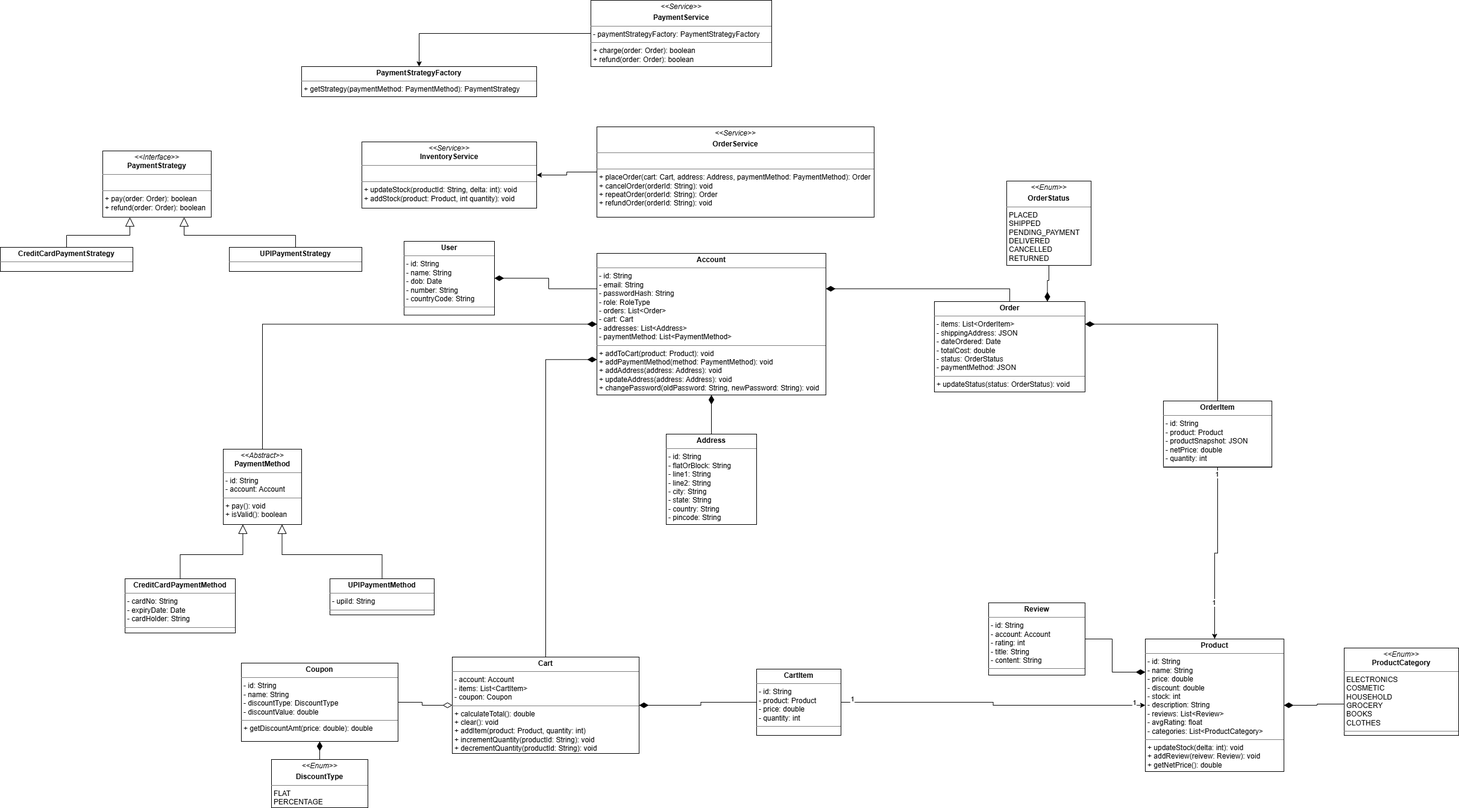
Before: uml/class-diagram.png, a diagram exported from draw.io (Prateik-Lohani-07/buystuff). Source tidied: cells renumbered, new cells last; positions are measured from the earlier drawing's top-left corner, leaving out a move shared by most shapes.
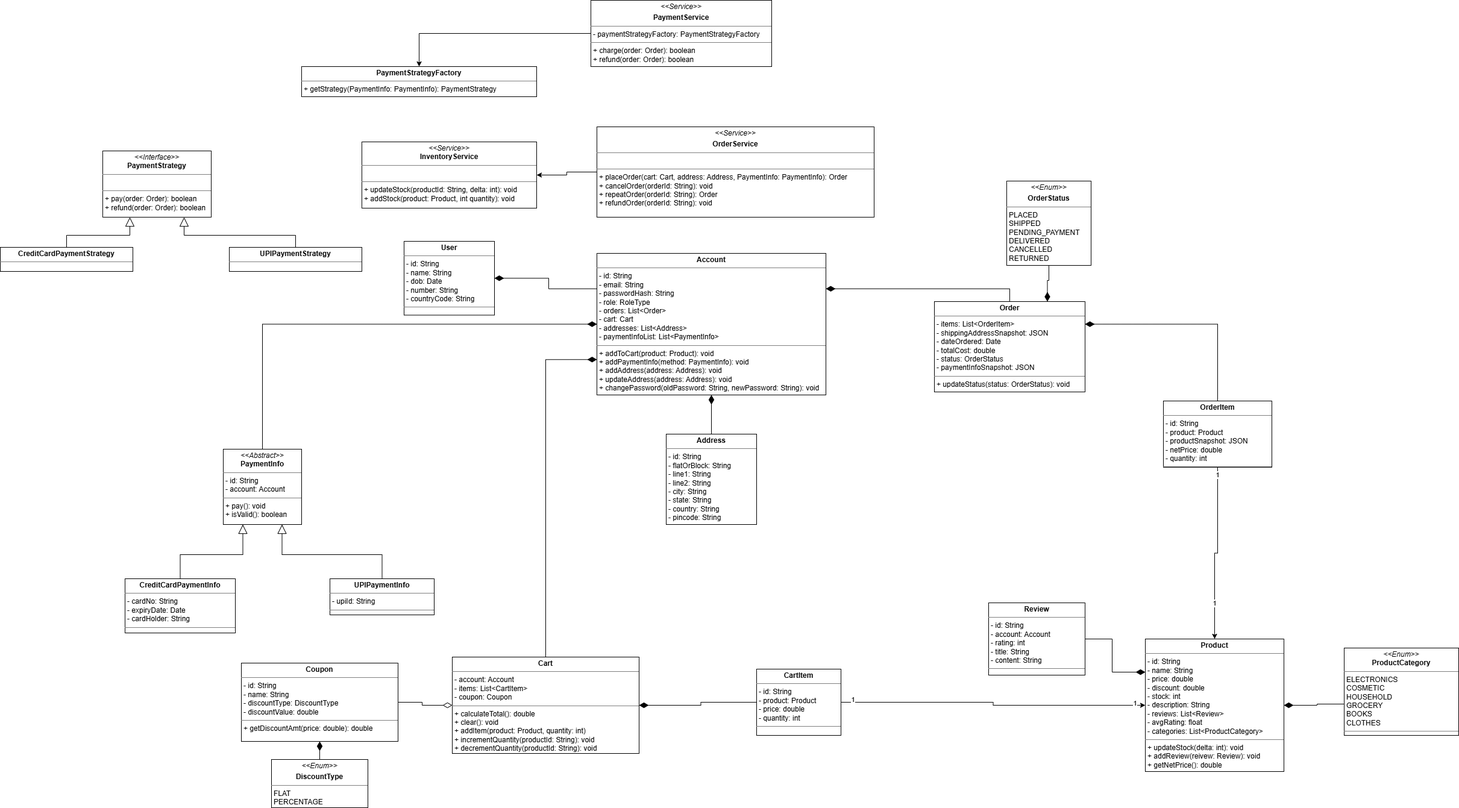
The same file after the commit.

Commit message:
updated: class diagram and data model

The edit, as a diff of the source:
```diff
@@ -11,7 +11,7 @@
     <mxCell id="4" style="edgeStyle=orthogonalEdgeStyle;rounded=0;jettySize=auto;html=1;exitX=0.5;exitY=0;exitDx=0;exitDy=0;entryX=1;entryY=0.25;entryDx=0;entryDy=0;endArrow=diamondThin;endFill=1;endSize=13;" parent="1" edge="1" source="5" target="12">
       <mxGeometry relative="1" as="geometry" />
     </mxCell>
-    <mxCell id="5" value="&lt;p style=&quot;margin:0px;margin-top:4px;text-align:center;&quot;&gt;&lt;b&gt;Order&lt;/b&gt;&lt;/p&gt;&lt;hr size=&quot;1&quot; style=&quot;border-style:solid;&quot;&gt;&lt;p style=&quot;margin:0px;margin-left:4px;&quot;&gt;- items: List&amp;lt;OrderItem&amp;gt;&lt;/p&gt;&lt;p style=&quot;margin:0px;margin-left:4px;&quot;&gt;- shippingAddress: JSON&lt;/p&gt;&lt;p style=&quot;margin:0px;margin-left:4px;&quot;&gt;- dateOrdered: Date&lt;/p&gt;&lt;p style=&quot;margin:0px;margin-left:4px;&quot;&gt;- totalCost: double&lt;/p&gt;&lt;p style=&quot;margin:0px;margin-left:4px;&quot;&gt;- status: OrderStatus&lt;/p&gt;&lt;p style=&quot;margin:0px;margin-left:4px;&quot;&gt;- paymentMethod: JSON&lt;/p&gt;&lt;hr size=&quot;1&quot; style=&quot;border-style:solid;&quot;&gt;&lt;p style=&quot;margin:0px;margin-left:4px;&quot;&gt;+ updateStatus(status: OrderStatus): void&lt;/p&gt;" style="verticalAlign=top;align=left;overflow=fill;html=1;whiteSpace=wrap;" parent="1" vertex="1">
+    <mxCell id="5" value="&lt;p style=&quot;margin:0px;margin-top:4px;text-align:center;&quot;&gt;&lt;b&gt;Order&lt;/b&gt;&lt;/p&gt;&lt;hr size=&quot;1&quot; style=&quot;border-style:solid;&quot;&gt;&lt;p style=&quot;margin:0px;margin-left:4px;&quot;&gt;- items: List&amp;lt;OrderItem&amp;gt;&lt;/p&gt;&lt;p style=&quot;margin:0px;margin-left:4px;&quot;&gt;- shippingAddressSnapshot: JSON&lt;/p&gt;&lt;p style=&quot;margin:0px;margin-left:4px;&quot;&gt;- dateOrdered: Date&lt;/p&gt;&lt;p style=&quot;margin:0px;margin-left:4px;&quot;&gt;- totalCost: double&lt;/p&gt;&lt;p style=&quot;margin:0px;margin-left:4px;&quot;&gt;- status: OrderStatus&lt;/p&gt;&lt;p style=&quot;margin:0px;margin-left:4px;&quot;&gt;- paymentInfoSnapshot: JSON&lt;/p&gt;&lt;hr size=&quot;1&quot; style=&quot;border-style:solid;&quot;&gt;&lt;p style=&quot;margin:0px;margin-left:4px;&quot;&gt;+ updateStatus(status: OrderStatus): void&lt;/p&gt;" style="verticalAlign=top;align=left;overflow=fill;html=1;whiteSpace=wrap;" parent="1" vertex="1">
       <mxGeometry x="1550" y="500" width="250" height="150" as="geometry" />
     </mxCell>
     <mxCell id="6" style="edgeStyle=orthogonalEdgeStyle;rounded=0;jettySize=auto;html=1;exitX=0.5;exitY=0;exitDx=0;exitDy=0;entryX=1;entryY=0.25;entryDx=0;entryDy=0;endArrow=diamondThin;endFill=1;endSize=13;" parent="1" edge="1" source="10" target="5">
@@ -32,7 +32,7 @@
     <mxCell id="11" style="edgeStyle=orthogonalEdgeStyle;rounded=0;jettySize=auto;html=1;exitX=0.5;exitY=1;exitDx=0;exitDy=0;entryX=0.5;entryY=0;entryDx=0;entryDy=0;endArrow=none;endFill=0;startArrow=diamondThin;startFill=1;endSize=6;startSize=13;" parent="1" edge="1" source="12" target="14">
       <mxGeometry relative="1" as="geometry" />
     </mxCell>
-    <mxCell id="12" value="&lt;p style=&quot;margin:0px;margin-top:4px;text-align:center;&quot;&gt;&lt;b&gt;Account&lt;/b&gt;&lt;/p&gt;&lt;hr size=&quot;1&quot; style=&quot;border-style:solid;&quot;&gt;&lt;p style=&quot;margin: 0px 0px 0px 4px;&quot;&gt;- id: String&lt;/p&gt;&lt;p style=&quot;margin: 0px 0px 0px 4px;&quot;&gt;- email: String&lt;/p&gt;&lt;p style=&quot;margin: 0px 0px 0px 4px;&quot;&gt;- passwordHash: String&lt;/p&gt;&lt;p style=&quot;margin: 0px 0px 0px 4px;&quot;&gt;- role: RoleType&lt;/p&gt;&lt;p style=&quot;margin:0px;margin-left:4px;&quot;&gt;&lt;span style=&quot;background-color: transparent; color: light-dark(rgb(0, 0, 0), rgb(255, 255, 255));&quot;&gt;- orders: List&amp;lt;Order&amp;gt;&lt;/span&gt;&lt;/p&gt;&lt;p style=&quot;margin:0px;margin-left:4px;&quot;&gt;- cart: Cart&lt;/p&gt;&lt;p style=&quot;margin:0px;margin-left:4px;&quot;&gt;- addresses: List&amp;lt;Address&amp;gt;&lt;/p&gt;&lt;p style=&quot;margin:0px;margin-left:4px;&quot;&gt;- paymentMethod: List&amp;lt;PaymentMethod&amp;gt;&lt;/p&gt;&lt;hr size=&quot;1&quot; style=&quot;border-style:solid;&quot;&gt;&lt;p style=&quot;margin:0px;margin-left:4px;&quot;&gt;&lt;span style=&quot;background-color: transparent; color: light-dark(rgb(0, 0, 0), rgb(255, 255, 255));&quot;&gt;+ addToCart(product: Product): void&lt;/span&gt;&lt;/p&gt;&lt;p style=&quot;margin:0px;margin-left:4px;&quot;&gt;+ addPaymentMethod(method: PaymentMethod): void&lt;/p&gt;&lt;p style=&quot;margin:0px;margin-left:4px;&quot;&gt;+ addAddress(address: Address): void&lt;/p&gt;&lt;p style=&quot;margin:0px;margin-left:4px;&quot;&gt;+ updateAddress(address: Address): void&lt;/p&gt;&lt;p style=&quot;margin:0px;margin-left:4px;&quot;&gt;+ changePassword(oldPassword: String, newPassword: String): void&lt;/p&gt;" style="verticalAlign=top;align=left;overflow=fill;html=1;whiteSpace=wrap;" parent="1" vertex="1">
+    <mxCell id="12" value="&lt;p style=&quot;margin:0px;margin-top:4px;text-align:center;&quot;&gt;&lt;b&gt;Account&lt;/b&gt;&lt;/p&gt;&lt;hr size=&quot;1&quot; style=&quot;border-style:solid;&quot;&gt;&lt;p style=&quot;margin: 0px 0px 0px 4px;&quot;&gt;- id: String&lt;/p&gt;&lt;p style=&quot;margin: 0px 0px 0px 4px;&quot;&gt;- email: String&lt;/p&gt;&lt;p style=&quot;margin: 0px 0px 0px 4px;&quot;&gt;- passwordHash: String&lt;/p&gt;&lt;p style=&quot;margin: 0px 0px 0px 4px;&quot;&gt;- role: RoleType&lt;/p&gt;&lt;p style=&quot;margin:0px;margin-left:4px;&quot;&gt;&lt;span style=&quot;background-color: transparent; color: light-dark(rgb(0, 0, 0), rgb(255, 255, 255));&quot;&gt;- orders: List&amp;lt;Order&amp;gt;&lt;/span&gt;&lt;/p&gt;&lt;p style=&quot;margin:0px;margin-left:4px;&quot;&gt;- cart: Cart&lt;/p&gt;&lt;p style=&quot;margin:0px;margin-left:4px;&quot;&gt;- addresses: List&amp;lt;Address&amp;gt;&lt;/p&gt;&lt;p style=&quot;margin:0px;margin-left:4px;&quot;&gt;- paymentInfoList: List&amp;lt;PaymentInfo&amp;gt;&lt;/p&gt;&lt;hr size=&quot;1&quot; style=&quot;border-style:solid;&quot;&gt;&lt;p style=&quot;margin:0px;margin-left:4px;&quot;&gt;&lt;span style=&quot;background-color: transparent; color: light-dark(rgb(0, 0, 0), rgb(255, 255, 255));&quot;&gt;+ addToCart(product: Product): void&lt;/span&gt;&lt;/p&gt;&lt;p style=&quot;margin:0px;margin-left:4px;&quot;&gt;+ addPaymentInfo(method: PaymentInfo): void&lt;/p&gt;&lt;p style=&quot;margin:0px;margin-left:4px;&quot;&gt;+ addAddress(address: Address): void&lt;/p&gt;&lt;p style=&quot;margin:0px;margin-left:4px;&quot;&gt;+ updateAddress(address: Address): void&lt;/p&gt;&lt;p style=&quot;margin:0px;margin-left:4px;&quot;&gt;+ changePassword(oldPassword: String, newPassword: String): void&lt;/p&gt;" style="verticalAlign=top;align=left;overflow=fill;html=1;whiteSpace=wrap;" parent="1" vertex="1">
       <mxGeometry x="990" y="420" width="380" height="235" as="geometry" />
     </mxCell>
     <mxCell id="13" style="edgeStyle=orthogonalEdgeStyle;rounded=0;jettySize=auto;html=1;exitX=0;exitY=0.25;exitDx=0;exitDy=0;entryX=1;entryY=0.5;entryDx=0;entryDy=0;endArrow=diamondThin;endFill=1;endSize=13;" parent="1" edge="1" source="12" target="2">
@@ -50,7 +50,7 @@
     <mxCell id="17" style="edgeStyle=orthogonalEdgeStyle;rounded=0;jettySize=auto;html=1;exitX=0;exitY=0.5;exitDx=0;exitDy=0;entryX=1;entryY=0.5;entryDx=0;entryDy=0;" parent="1" edge="1" source="18" target="19">
       <mxGeometry relative="1" as="geometry" />
     </mxCell>
-    <mxCell id="18" value="&lt;p style=&quot;margin:0px;margin-top:4px;text-align:center;&quot;&gt;&lt;i&gt;&amp;lt;&amp;lt;Service&amp;gt;&amp;gt;&lt;/i&gt;&lt;/p&gt;&lt;p style=&quot;margin:0px;margin-top:4px;text-align:center;&quot;&gt;&lt;b&gt;OrderService&lt;/b&gt;&lt;/p&gt;&lt;hr size=&quot;1&quot; style=&quot;border-style:solid;&quot;&gt;&lt;p style=&quot;margin:0px;margin-left:4px;&quot;&gt;&lt;br&gt;&lt;/p&gt;&lt;hr size=&quot;1&quot; style=&quot;border-style:solid;&quot;&gt;&lt;p style=&quot;margin: 0px 0px 0px 4px;&quot;&gt;+ placeOrder(cart: Cart, address: Address, paymentMethod: PaymentMethod): Order&lt;/p&gt;&lt;p style=&quot;margin: 0px 0px 0px 4px;&quot;&gt;+ cancelOrder(orderId: String): void&lt;/p&gt;&lt;p style=&quot;margin: 0px 0px 0px 4px;&quot;&gt;+ repeatOrder(orderId: String): Order&lt;/p&gt;&lt;p style=&quot;margin: 0px 0px 0px 4px;&quot;&gt;+ refundOrder(orderId: String): void&lt;/p&gt;&lt;p style=&quot;margin: 0px 0px 0px 4px;&quot;&gt;&lt;br&gt;&lt;/p&gt;&lt;p style=&quot;margin: 0px 0px 0px 4px;&quot;&gt;&lt;br&gt;&lt;/p&gt;" style="verticalAlign=top;align=left;overflow=fill;html=1;whiteSpace=wrap;" parent="1" vertex="1">
+    <mxCell id="18" value="&lt;p style=&quot;margin:0px;margin-top:4px;text-align:center;&quot;&gt;&lt;i&gt;&amp;lt;&amp;lt;Service&amp;gt;&amp;gt;&lt;/i&gt;&lt;/p&gt;&lt;p style=&quot;margin:0px;margin-top:4px;text-align:center;&quot;&gt;&lt;b&gt;OrderService&lt;/b&gt;&lt;/p&gt;&lt;hr size=&quot;1&quot; style=&quot;border-style:solid;&quot;&gt;&lt;p style=&quot;margin:0px;margin-left:4px;&quot;&gt;&lt;br&gt;&lt;/p&gt;&lt;hr size=&quot;1&quot; style=&quot;border-style:solid;&quot;&gt;&lt;p style=&quot;margin: 0px 0px 0px 4px;&quot;&gt;+ placeOrder(cart: Cart, address: Address, PaymentInfo: PaymentInfo): Order&lt;/p&gt;&lt;p style=&quot;margin: 0px 0px 0px 4px;&quot;&gt;+ cancelOrder(orderId: String): void&lt;/p&gt;&lt;p style=&quot;margin: 0px 0px 0px 4px;&quot;&gt;+ repeatOrder(orderId: String): Order&lt;/p&gt;&lt;p style=&quot;margin: 0px 0px 0px 4px;&quot;&gt;+ refundOrder(orderId: String): void&lt;/p&gt;&lt;p style=&quot;margin: 0px 0px 0px 4px;&quot;&gt;&lt;br&gt;&lt;/p&gt;&lt;p style=&quot;margin: 0px 0px 0px 4px;&quot;&gt;&lt;br&gt;&lt;/p&gt;" style="verticalAlign=top;align=left;overflow=fill;html=1;whiteSpace=wrap;" parent="1" vertex="1">
       <mxGeometry x="990" y="210" width="460" height="150" as="geometry" />
     </mxCell>
     <mxCell id="19" value="&lt;p style=&quot;margin:0px;margin-top:4px;text-align:center;&quot;&gt;&lt;i&gt;&amp;lt;&amp;lt;Service&amp;gt;&amp;gt;&lt;/i&gt;&lt;br&gt;&lt;span style=&quot;text-align: left;&quot;&gt;&lt;b&gt;InventoryService&lt;/b&gt;&lt;/span&gt;&lt;/p&gt;&lt;hr size=&quot;1&quot; style=&quot;border-style:solid;&quot;&gt;&lt;p style=&quot;margin:0px;margin-left:4px;&quot;&gt;&lt;br&gt;&lt;/p&gt;&lt;hr size=&quot;1&quot; style=&quot;border-style:solid;&quot;&gt;&lt;p style=&quot;margin:0px;margin-left:4px;&quot;&gt;+ updateStock(productId: String, delta: int): void&lt;/p&gt;&lt;p style=&quot;margin:0px;margin-left:4px;&quot;&gt;+ addStock(product: Product, int quantity): void&lt;/p&gt;" style="verticalAlign=top;align=left;overflow=fill;html=1;whiteSpace=wrap;" parent="1" vertex="1">
@@ -100,19 +100,19 @@
     <mxCell id="33" style="edgeStyle=orthogonalEdgeStyle;rounded=0;jettySize=auto;html=1;exitX=0.5;exitY=0;exitDx=0;exitDy=0;entryX=0;entryY=0.5;entryDx=0;entryDy=0;endArrow=diamondThin;endFill=1;endSize=13;" parent="1" edge="1" source="34" target="12">
       <mxGeometry relative="1" as="geometry" />
     </mxCell>
-    <mxCell id="34" value="&lt;p style=&quot;margin:0px;margin-top:4px;text-align:center;&quot;&gt;&lt;i&gt;&amp;lt;&amp;lt;Abstract&amp;gt;&amp;gt;&lt;/i&gt;&lt;br&gt;&lt;b&gt;PaymentMethod&lt;/b&gt;&lt;/p&gt;&lt;hr size=&quot;1&quot; style=&quot;border-style:solid;&quot;&gt;&lt;p style=&quot;margin:0px;margin-left:4px;&quot;&gt;- id: String&lt;/p&gt;&lt;p style=&quot;margin:0px;margin-left:4px;&quot;&gt;- account: Account&lt;/p&gt;&lt;hr size=&quot;1&quot; style=&quot;border-style:solid;&quot;&gt;&lt;p style=&quot;margin:0px;margin-left:4px;&quot;&gt;+ pay(): void&lt;br&gt;&lt;/p&gt;&lt;p style=&quot;margin:0px;margin-left:4px;&quot;&gt;+ isValid(): boolean&lt;/p&gt;" style="verticalAlign=top;align=left;overflow=fill;html=1;whiteSpace=wrap;" parent="1" vertex="1">
+    <mxCell id="34" value="&lt;p style=&quot;margin:0px;margin-top:4px;text-align:center;&quot;&gt;&lt;i&gt;&amp;lt;&amp;lt;Abstract&amp;gt;&amp;gt;&lt;/i&gt;&lt;br&gt;&lt;b&gt;PaymentInfo&lt;/b&gt;&lt;/p&gt;&lt;hr size=&quot;1&quot; style=&quot;border-style:solid;&quot;&gt;&lt;p style=&quot;margin:0px;margin-left:4px;&quot;&gt;- id: String&lt;/p&gt;&lt;p style=&quot;margin:0px;margin-left:4px;&quot;&gt;- account: Account&lt;/p&gt;&lt;hr size=&quot;1&quot; style=&quot;border-style:solid;&quot;&gt;&lt;p style=&quot;margin:0px;margin-left:4px;&quot;&gt;+ pay(): void&lt;br&gt;&lt;/p&gt;&lt;p style=&quot;margin:0px;margin-left:4px;&quot;&gt;+ isValid(): boolean&lt;/p&gt;" style="verticalAlign=top;align=left;overflow=fill;html=1;whiteSpace=wrap;" parent="1" vertex="1">
       <mxGeometry x="370" y="745" width="130" height="125" as="geometry" />
     </mxCell>
     <mxCell id="35" style="edgeStyle=orthogonalEdgeStyle;rounded=0;jettySize=auto;html=1;exitX=0.5;exitY=0;exitDx=0;exitDy=0;entryX=0.25;entryY=1;entryDx=0;entryDy=0;endArrow=block;endFill=0;endSize=13;" parent="1" edge="1" source="36" target="34">
       <mxGeometry relative="1" as="geometry" />
     </mxCell>
-    <mxCell id="36" value="&lt;p style=&quot;margin:0px;margin-top:4px;text-align:center;&quot;&gt;&lt;b&gt;CreditCardPaymentMethod&lt;/b&gt;&lt;/p&gt;&lt;hr size=&quot;1&quot; style=&quot;border-style:solid;&quot;&gt;&lt;p style=&quot;margin:0px;margin-left:4px;&quot;&gt;- cardNo: String&lt;/p&gt;&lt;p style=&quot;margin:0px;margin-left:4px;&quot;&gt;- expiryDate: Date&lt;/p&gt;&lt;p style=&quot;margin:0px;margin-left:4px;&quot;&gt;- cardHolder: String&lt;/p&gt;&lt;hr size=&quot;1&quot; style=&quot;border-style:solid;&quot;&gt;&lt;p style=&quot;margin:0px;margin-left:4px;&quot;&gt;&lt;br&gt;&lt;/p&gt;" style="verticalAlign=top;align=left;overflow=fill;html=1;whiteSpace=wrap;" parent="1" vertex="1">
+    <mxCell id="36" value="&lt;p style=&quot;margin:0px;margin-top:4px;text-align:center;&quot;&gt;&lt;b&gt;CreditCardPaymentInfo&lt;/b&gt;&lt;/p&gt;&lt;hr size=&quot;1&quot; style=&quot;border-style:solid;&quot;&gt;&lt;p style=&quot;margin:0px;margin-left:4px;&quot;&gt;- cardNo: String&lt;/p&gt;&lt;p style=&quot;margin:0px;margin-left:4px;&quot;&gt;- expiryDate: Date&lt;/p&gt;&lt;p style=&quot;margin:0px;margin-left:4px;&quot;&gt;- cardHolder: String&lt;/p&gt;&lt;hr size=&quot;1&quot; style=&quot;border-style:solid;&quot;&gt;&lt;p style=&quot;margin:0px;margin-left:4px;&quot;&gt;&lt;br&gt;&lt;/p&gt;" style="verticalAlign=top;align=left;overflow=fill;html=1;whiteSpace=wrap;" parent="1" vertex="1">
       <mxGeometry x="207" y="960" width="183" height="90" as="geometry" />
     </mxCell>
     <mxCell id="37" style="edgeStyle=orthogonalEdgeStyle;rounded=0;jettySize=auto;html=1;exitX=0.5;exitY=0;exitDx=0;exitDy=0;entryX=0.75;entryY=1;entryDx=0;entryDy=0;endArrow=block;endFill=0;endSize=13;" parent="1" edge="1" source="38" target="34">
       <mxGeometry relative="1" as="geometry" />
     </mxCell>
-    <mxCell id="38" value="&lt;p style=&quot;margin:0px;margin-top:4px;text-align:center;&quot;&gt;&lt;b&gt;UPIPaymentMethod&lt;/b&gt;&lt;/p&gt;&lt;hr size=&quot;1&quot; style=&quot;border-style:solid;&quot;&gt;&lt;p style=&quot;margin:0px;margin-left:4px;&quot;&gt;- upiId: String&lt;/p&gt;&lt;hr size=&quot;1&quot; style=&quot;border-style:solid;&quot;&gt;&lt;p style=&quot;margin:0px;margin-left:4px;&quot;&gt;&lt;br&gt;&lt;/p&gt;" style="verticalAlign=top;align=left;overflow=fill;html=1;whiteSpace=wrap;" parent="1" vertex="1">
+    <mxCell id="38" value="&lt;p style=&quot;margin:0px;margin-top:4px;text-align:center;&quot;&gt;&lt;b&gt;UPIPaymentInfo&lt;/b&gt;&lt;/p&gt;&lt;hr size=&quot;1&quot; style=&quot;border-style:solid;&quot;&gt;&lt;p style=&quot;margin:0px;margin-left:4px;&quot;&gt;- upiId: String&lt;/p&gt;&lt;hr size=&quot;1&quot; style=&quot;border-style:solid;&quot;&gt;&lt;p style=&quot;margin:0px;margin-left:4px;&quot;&gt;&lt;br&gt;&lt;/p&gt;" style="verticalAlign=top;align=left;overflow=fill;html=1;whiteSpace=wrap;" parent="1" vertex="1">
       <mxGeometry x="547" y="960" width="173" height="60" as="geometry" />
     </mxCell>
     <mxCell id="39" value="&lt;p style=&quot;margin:0px;margin-top:4px;text-align:center;&quot;&gt;&lt;i&gt;&amp;lt;&amp;lt;Interface&amp;gt;&amp;gt;&lt;/i&gt;&lt;br&gt;&lt;b&gt;PaymentStrategy&lt;/b&gt;&lt;/p&gt;&lt;hr size=&quot;1&quot; style=&quot;border-style:solid;&quot;&gt;&lt;p style=&quot;margin:0px;margin-left:4px;&quot;&gt;&lt;br&gt;&lt;/p&gt;&lt;hr size=&quot;1&quot; style=&quot;border-style:solid;&quot;&gt;&lt;p style=&quot;margin:0px;margin-left:4px;&quot;&gt;+ pay(order: Order): boolean&lt;br&gt;&lt;/p&gt;&lt;p style=&quot;margin:0px;margin-left:4px;&quot;&gt;+ refund(&lt;span style=&quot;background-color: transparent; color: light-dark(rgb(0, 0, 0), rgb(255, 255, 255));&quot;&gt;order: Order&lt;/span&gt;&lt;span style=&quot;background-color: transparent; color: light-dark(rgb(0, 0, 0), rgb(255, 255, 255));&quot;&gt;): boolean&lt;/span&gt;&lt;/p&gt;" style="verticalAlign=top;align=left;overflow=fill;html=1;whiteSpace=wrap;" parent="1" vertex="1">
@@ -130,7 +130,7 @@
     <mxCell id="43" value="&lt;p style=&quot;margin:0px;margin-top:4px;text-align:center;&quot;&gt;&lt;b&gt;UPIPaymentStrategy&lt;/b&gt;&lt;/p&gt;&lt;hr size=&quot;1&quot; style=&quot;border-style:solid;&quot;&gt;&lt;p style=&quot;margin:0px;margin-left:4px;&quot;&gt;&lt;br&gt;&lt;/p&gt;" style="verticalAlign=top;align=left;overflow=fill;html=1;whiteSpace=wrap;" parent="1" vertex="1">
       <mxGeometry x="380" y="410" width="220" height="40" as="geometry" />
     </mxCell>
-    <mxCell id="44" value="&lt;p style=&quot;margin:0px;margin-top:4px;text-align:center;&quot;&gt;&lt;b style=&quot;background-color: transparent; color: light-dark(rgb(0, 0, 0), rgb(255, 255, 255));&quot;&gt;PaymentStrategyFactory&lt;/b&gt;&lt;/p&gt;&lt;hr size=&quot;1&quot; style=&quot;border-style:solid;&quot;&gt;&lt;p style=&quot;margin:0px;margin-left:4px;&quot;&gt;&lt;span style=&quot;background-color: transparent; color: light-dark(rgb(0, 0, 0), rgb(255, 255, 255));&quot;&gt;+ getStrategy(paymentMethod: PaymentMethod): PaymentStrategy&lt;/span&gt;&lt;/p&gt;" style="verticalAlign=top;align=left;overflow=fill;html=1;whiteSpace=wrap;" parent="1" vertex="1">
+    <mxCell id="44" value="&lt;p style=&quot;margin:0px;margin-top:4px;text-align:center;&quot;&gt;&lt;b style=&quot;background-color: transparent; color: light-dark(rgb(0, 0, 0), rgb(255, 255, 255));&quot;&gt;PaymentStrategyFactory&lt;/b&gt;&lt;/p&gt;&lt;hr size=&quot;1&quot; style=&quot;border-style:solid;&quot;&gt;&lt;p style=&quot;margin:0px;margin-left:4px;&quot;&gt;&lt;span style=&quot;background-color: transparent; color: light-dark(rgb(0, 0, 0), rgb(255, 255, 255));&quot;&gt;+ getStrategy(PaymentInfo: PaymentInfo): PaymentStrategy&lt;/span&gt;&lt;/p&gt;" style="verticalAlign=top;align=left;overflow=fill;html=1;whiteSpace=wrap;" parent="1" vertex="1">
       <mxGeometry x="500" y="110" width="390" height="50" as="geometry" />
     </mxCell>
     <mxCell id="45" style="edgeStyle=orthogonalEdgeStyle;rounded=0;jettySize=auto;html=1;exitX=0;exitY=0.5;exitDx=0;exitDy=0;entryX=0.5;entryY=0;entryDx=0;entryDy=0;" parent="1" edge="1" source="46" target="44">
```
